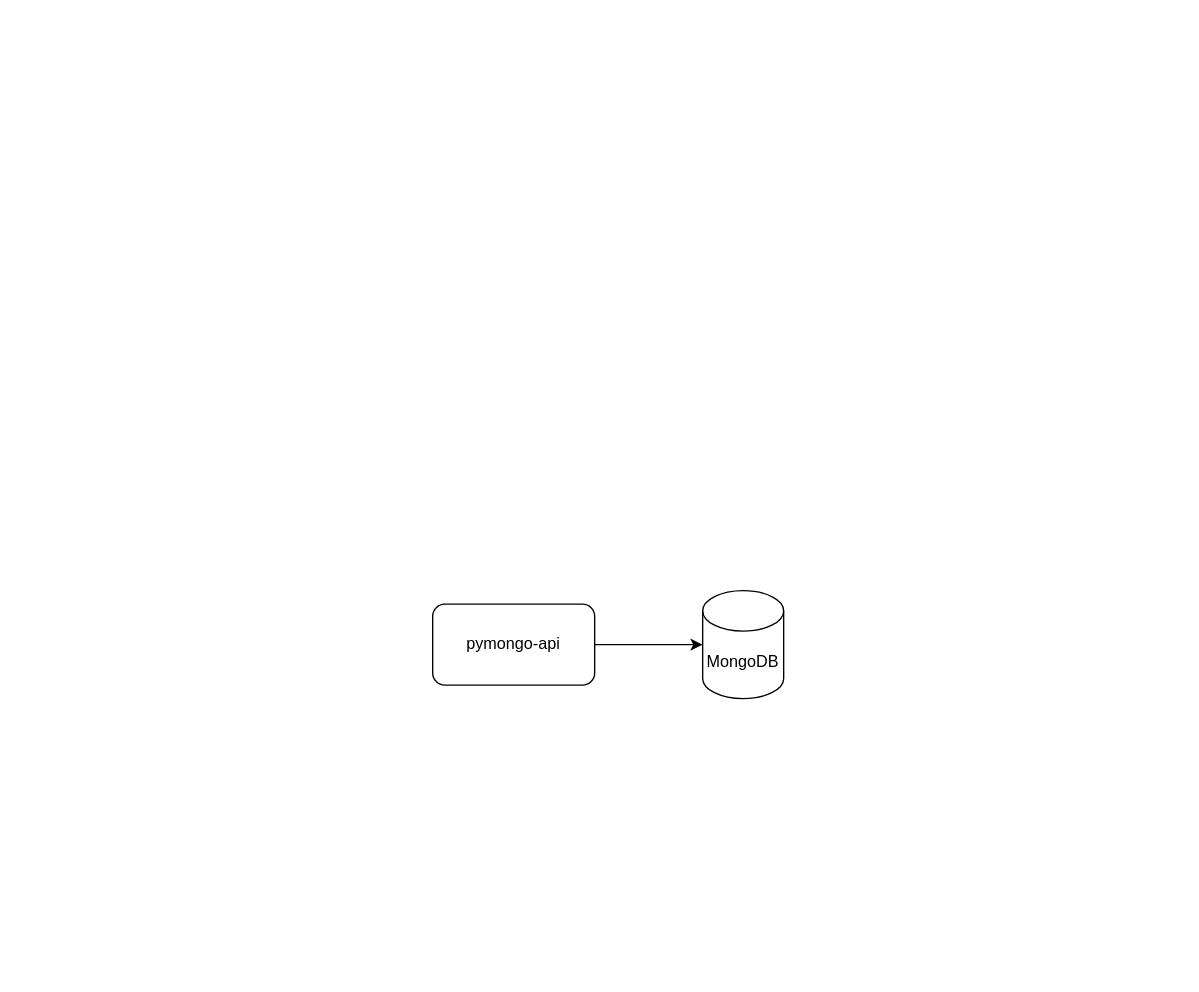
Before: task1.drawio in alexmented/architecture-pro-black_friday, a draw.io diagram. Source tidied: cells renumbered, new cells numbered last; positions are measured from the earlier drawing's top-left corner, leaving out a move shared by most shapes. Both pictures are drawn from the tidied source at 135%, with x=0, y=0 at pixel (432, 590).
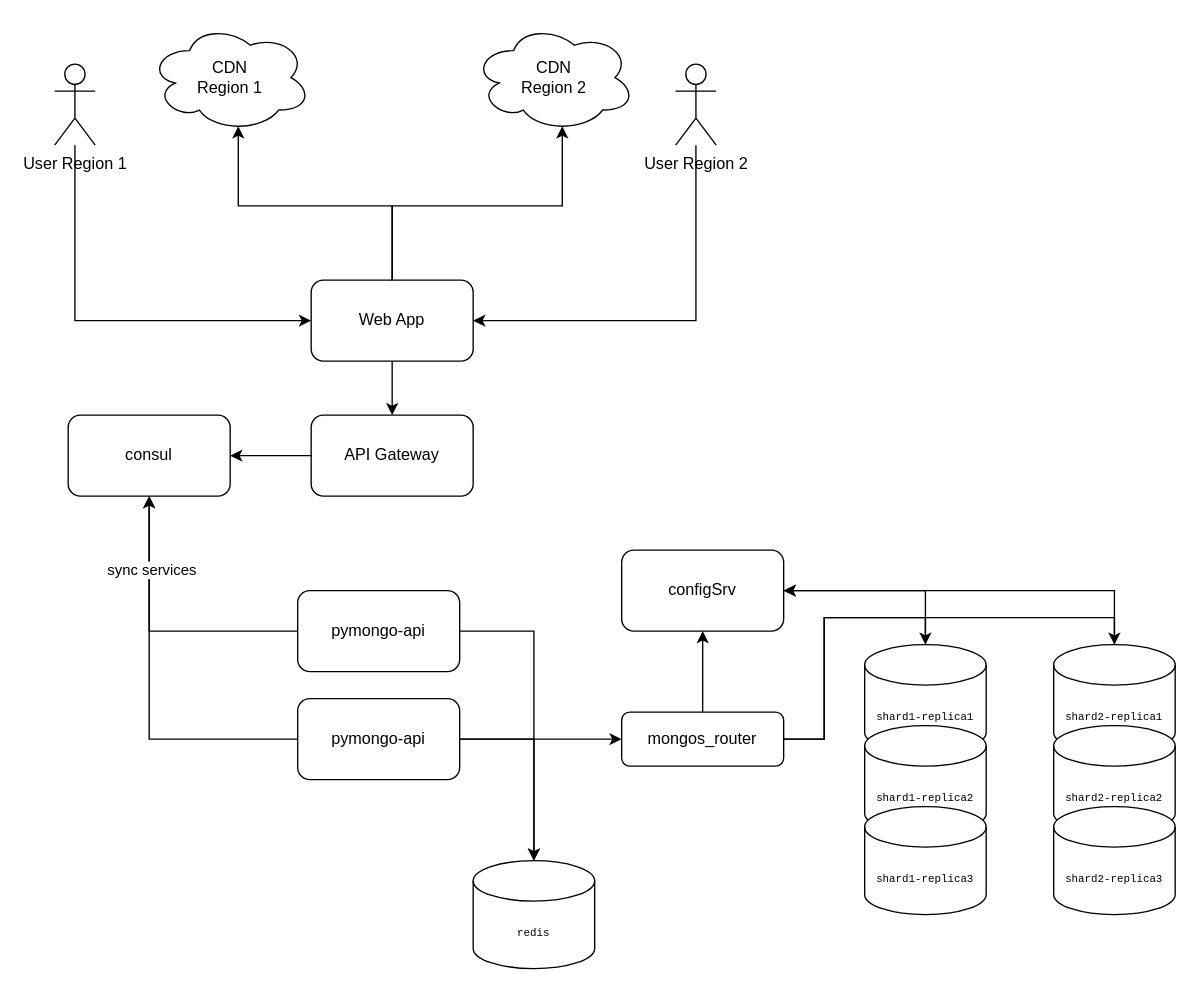
The same page after the edit.

Diff of the diagram source:
```diff
@@
+    <mxCell id="5" style="edgeStyle=orthogonalEdgeStyle;rounded=0;jettySize=auto;html=1;exitX=0.5;exitY=0;exitDx=0;exitDy=0;exitPerimeter=0;entryX=1;entryY=0.5;entryDx=0;entryDy=0;" parent="1" edge="1" source="2" target="20">
+      <mxGeometry relative="1" as="geometry" />
+    </mxCell>
-    <mxCell id="2" value="MongoDB" style="shape=cylinder3;whiteSpace=wrap;html=1;boundedLbl=1;backgroundOutline=1;size=15;" parent="1" vertex="1">
-      <mxGeometry x="200" width="60" height="80" as="geometry" />
+    <mxCell id="2" value="&lt;div&gt;&lt;pre style=&quot;font-family: &amp;quot;JetBrains Mono&amp;quot;, monospace;&quot;&gt;&lt;font style=&quot;color: rgb(0, 0, 0);&quot;&gt;shard1-replica1&lt;/font&gt;&lt;/pre&gt;&lt;/div&gt;" style="shape=cylinder3;whiteSpace=wrap;html=1;boundedLbl=1;backgroundOutline=1;size=15;fontSize=8;" parent="1" vertex="1">
+      <mxGeometry x="320" y="40" width="90" height="80" as="geometry" />
     </mxCell>
+    <mxCell id="6" style="edgeStyle=orthogonalEdgeStyle;rounded=0;jettySize=auto;html=1;exitX=0;exitY=0.5;exitDx=0;exitDy=0;entryX=0.5;entryY=1;entryDx=0;entryDy=0;" parent="1" edge="1" source="3" target="25">
+      <mxGeometry relative="1" as="geometry" />
+    </mxCell>
     <mxCell id="3" value="pymongo-api" style="rounded=1;whiteSpace=wrap;html=1;" parent="1" vertex="1">
-      <mxGeometry y="10" width="120" height="60" as="geometry" />
+      <mxGeometry x="-100" width="120" height="60" as="geometry" />
     </mxCell>
-    <mxCell id="4" style="edgeStyle=orthogonalEdgeStyle;rounded=0;jettySize=auto;html=1;exitX=1;exitY=0.5;exitDx=0;exitDy=0;entryX=0;entryY=0.5;entryDx=0;entryDy=0;entryPerimeter=0;" parent="1" edge="1" source="3" target="2">
-      <mxGeometry relative="1" as="geometry" />
-    </mxCell>
+    <mxCell id="7" style="edgeStyle=orthogonalEdgeStyle;rounded=0;jettySize=auto;html=1;exitX=1;exitY=0.5;exitDx=0;exitDy=0;" parent="1" edge="1" source="11" target="23">
+      <mxGeometry relative="1" as="geometry" />
+    </mxCell>
+    <mxCell id="8" style="edgeStyle=orthogonalEdgeStyle;rounded=0;jettySize=auto;html=1;entryX=0;entryY=0.5;entryDx=0;entryDy=0;" parent="1" edge="1" source="11" target="19">
+      <mxGeometry relative="1" as="geometry" />
+    </mxCell>
+    <mxCell id="9" style="edgeStyle=orthogonalEdgeStyle;rounded=0;jettySize=auto;html=1;entryX=0.5;entryY=1;entryDx=0;entryDy=0;" parent="1" edge="1" source="11" target="25">
+      <mxGeometry relative="1" as="geometry" />
+    </mxCell>
+    <mxCell id="10" value="sync services" style="edgeLabel;html=1;align=center;verticalAlign=middle;" parent="9" vertex="1">
+      <mxGeometry x="0.63" y="-1" relative="1" as="geometry" />
+    </mxCell>
+    <mxCell id="11" value="pymongo-api" style="rounded=1;whiteSpace=wrap;html=1;" parent="1" vertex="1">
+      <mxGeometry x="-100" y="80" width="120" height="60" as="geometry" />
+    </mxCell>
+    <mxCell id="12" value="&lt;div&gt;&lt;pre style=&quot;font-family: &amp;quot;JetBrains Mono&amp;quot;, monospace;&quot;&gt;&lt;font style=&quot;color: rgb(0, 0, 0);&quot;&gt;shard1-replica2&lt;/font&gt;&lt;/pre&gt;&lt;/div&gt;" style="shape=cylinder3;whiteSpace=wrap;html=1;boundedLbl=1;backgroundOutline=1;size=15;fontSize=8;" parent="1" vertex="1">
+      <mxGeometry x="320" y="100" width="90" height="80" as="geometry" />
+    </mxCell>
+    <mxCell id="13" value="&lt;div&gt;&lt;pre style=&quot;font-family: &amp;quot;JetBrains Mono&amp;quot;, monospace;&quot;&gt;&lt;font style=&quot;color: rgb(0, 0, 0);&quot;&gt;shard1-replica3&lt;/font&gt;&lt;/pre&gt;&lt;/div&gt;" style="shape=cylinder3;whiteSpace=wrap;html=1;boundedLbl=1;backgroundOutline=1;size=15;fontSize=8;" parent="1" vertex="1">
+      <mxGeometry x="320" y="160" width="90" height="80" as="geometry" />
+    </mxCell>
+    <mxCell id="14" style="edgeStyle=orthogonalEdgeStyle;rounded=0;jettySize=auto;html=1;exitX=0.5;exitY=0;exitDx=0;exitDy=0;exitPerimeter=0;entryX=1;entryY=0.5;entryDx=0;entryDy=0;" parent="1" edge="1" source="15" target="20">
+      <mxGeometry relative="1" as="geometry" />
+    </mxCell>
+    <mxCell id="15" value="&lt;div&gt;&lt;pre style=&quot;font-family: &amp;quot;JetBrains Mono&amp;quot;, monospace;&quot;&gt;&lt;font style=&quot;color: rgb(0, 0, 0);&quot;&gt;shard2-replica1&lt;/font&gt;&lt;/pre&gt;&lt;/div&gt;" style="shape=cylinder3;whiteSpace=wrap;html=1;boundedLbl=1;backgroundOutline=1;size=15;fontSize=8;" parent="1" vertex="1">
+      <mxGeometry x="460" y="40" width="90" height="80" as="geometry" />
+    </mxCell>
+    <mxCell id="16" value="&lt;div&gt;&lt;pre style=&quot;font-family: &amp;quot;JetBrains Mono&amp;quot;, monospace;&quot;&gt;&lt;font style=&quot;color: rgb(0, 0, 0);&quot;&gt;shard2-replica2&lt;/font&gt;&lt;/pre&gt;&lt;/div&gt;" style="shape=cylinder3;whiteSpace=wrap;html=1;boundedLbl=1;backgroundOutline=1;size=15;fontSize=8;" parent="1" vertex="1">
+      <mxGeometry x="460" y="100" width="90" height="80" as="geometry" />
+    </mxCell>
+    <mxCell id="17" value="&lt;div&gt;&lt;pre style=&quot;font-family: &amp;quot;JetBrains Mono&amp;quot;, monospace;&quot;&gt;&lt;font style=&quot;color: rgb(0, 0, 0);&quot;&gt;shard2-replica3&lt;/font&gt;&lt;/pre&gt;&lt;/div&gt;" style="shape=cylinder3;whiteSpace=wrap;html=1;boundedLbl=1;backgroundOutline=1;size=15;fontSize=8;" parent="1" vertex="1">
+      <mxGeometry x="460" y="160" width="90" height="80" as="geometry" />
+    </mxCell>
+    <mxCell id="18" style="edgeStyle=orthogonalEdgeStyle;rounded=0;jettySize=auto;html=1;entryX=0.5;entryY=1;entryDx=0;entryDy=0;" parent="1" edge="1" source="19" target="20">
+      <mxGeometry relative="1" as="geometry" />
+    </mxCell>
+    <mxCell id="19" value="mongos_router" style="rounded=1;whiteSpace=wrap;html=1;" parent="1" vertex="1">
+      <mxGeometry x="140" y="90" width="120" height="40" as="geometry" />
+    </mxCell>
+    <mxCell id="20" value="configSrv" style="rounded=1;whiteSpace=wrap;html=1;" parent="1" vertex="1">
+      <mxGeometry x="140" y="-30" width="120" height="60" as="geometry" />
+    </mxCell>
+    <mxCell id="21" style="edgeStyle=orthogonalEdgeStyle;rounded=0;jettySize=auto;html=1;entryX=0.5;entryY=0;entryDx=0;entryDy=0;entryPerimeter=0;" parent="1" edge="1" source="19" target="2">
+      <mxGeometry relative="1" as="geometry" />
+    </mxCell>
+    <mxCell id="22" style="edgeStyle=orthogonalEdgeStyle;rounded=0;jettySize=auto;html=1;entryX=0.5;entryY=0;entryDx=0;entryDy=0;entryPerimeter=0;" parent="1" edge="1" source="19" target="15">
+      <mxGeometry relative="1" as="geometry">
+        <Array as="points">
+          <mxPoint x="290" y="110" />
+          <mxPoint x="290" y="20" />
+          <mxPoint x="505" y="20" />
+        </Array>
+      </mxGeometry>
+    </mxCell>
+    <mxCell id="23" value="&lt;div&gt;&lt;pre style=&quot;font-family: &amp;quot;JetBrains Mono&amp;quot;, monospace;&quot;&gt;&lt;font style=&quot;color: rgb(0, 0, 0);&quot;&gt;redis&lt;/font&gt;&lt;/pre&gt;&lt;/div&gt;" style="shape=cylinder3;whiteSpace=wrap;html=1;boundedLbl=1;backgroundOutline=1;size=15;fontSize=8;" parent="1" vertex="1">
+      <mxGeometry x="30" y="200" width="90" height="80" as="geometry" />
+    </mxCell>
+    <mxCell id="24" style="edgeStyle=orthogonalEdgeStyle;rounded=0;jettySize=auto;html=1;exitX=1;exitY=0.5;exitDx=0;exitDy=0;entryX=0.5;entryY=0;entryDx=0;entryDy=0;entryPerimeter=0;" parent="1" edge="1" source="3" target="23">
+      <mxGeometry relative="1" as="geometry" />
+    </mxCell>
+    <mxCell id="25" value="consul" style="rounded=1;whiteSpace=wrap;html=1;" parent="1" vertex="1">
+      <mxGeometry x="-270" y="-130" width="120" height="60" as="geometry" />
+    </mxCell>
+    <mxCell id="26" style="edgeStyle=orthogonalEdgeStyle;rounded=0;jettySize=auto;html=1;exitX=0;exitY=0.5;exitDx=0;exitDy=0;entryX=1;entryY=0.5;entryDx=0;entryDy=0;" parent="1" edge="1" source="27" target="25">
+      <mxGeometry relative="1" as="geometry" />
+    </mxCell>
+    <mxCell id="27" value="API Gateway" style="rounded=1;whiteSpace=wrap;html=1;" parent="1" vertex="1">
+      <mxGeometry x="-90" y="-130" width="120" height="60" as="geometry" />
+    </mxCell>
+    <mxCell id="28" value="CDN&lt;br&gt;Region 1" style="ellipse;shape=cloud;whiteSpace=wrap;html=1;" parent="1" vertex="1">
+      <mxGeometry x="-210" y="-420" width="120" height="80" as="geometry" />
+    </mxCell>
+    <mxCell id="29" value="CDN&lt;div&gt;Region 2&lt;/div&gt;" style="ellipse;shape=cloud;whiteSpace=wrap;html=1;" parent="1" vertex="1">
+      <mxGeometry x="30" y="-420" width="120" height="80" as="geometry" />
+    </mxCell>
+    <mxCell id="30" style="edgeStyle=orthogonalEdgeStyle;rounded=0;jettySize=auto;html=1;exitX=0.5;exitY=1;exitDx=0;exitDy=0;entryX=0.5;entryY=0;entryDx=0;entryDy=0;" parent="1" edge="1" source="31" target="27">
+      <mxGeometry relative="1" as="geometry" />
+    </mxCell>
+    <mxCell id="31" value="Web App" style="rounded=1;whiteSpace=wrap;html=1;" parent="1" vertex="1">
+      <mxGeometry x="-90" y="-230" width="120" height="60" as="geometry" />
+    </mxCell>
+    <mxCell id="32" style="edgeStyle=orthogonalEdgeStyle;rounded=0;jettySize=auto;html=1;entryX=0;entryY=0.5;entryDx=0;entryDy=0;" parent="1" edge="1" source="33" target="31">
+      <mxGeometry relative="1" as="geometry">
+        <Array as="points">
+          <mxPoint x="-265" y="-200" />
+        </Array>
+      </mxGeometry>
+    </mxCell>
+    <mxCell id="33" value="User Region 1" style="shape=umlActor;verticalLabelPosition=bottom;verticalAlign=top;html=1;outlineConnect=0;" parent="1" vertex="1">
+      <mxGeometry x="-280" y="-390" width="30" height="60" as="geometry" />
+    </mxCell>
+    <mxCell id="34" style="edgeStyle=orthogonalEdgeStyle;rounded=0;jettySize=auto;html=1;entryX=1;entryY=0.5;entryDx=0;entryDy=0;" parent="1" edge="1" source="35" target="31">
+      <mxGeometry relative="1" as="geometry">
+        <Array as="points">
+          <mxPoint x="195" y="-200" />
+        </Array>
+      </mxGeometry>
+    </mxCell>
+    <mxCell id="35" value="User Region 2" style="shape=umlActor;verticalLabelPosition=bottom;verticalAlign=top;html=1;outlineConnect=0;" parent="1" vertex="1">
+      <mxGeometry x="180" y="-390" width="30" height="60" as="geometry" />
+    </mxCell>
+    <mxCell id="36" style="edgeStyle=orthogonalEdgeStyle;rounded=0;jettySize=auto;html=1;exitX=0.5;exitY=0;exitDx=0;exitDy=0;entryX=0.55;entryY=0.95;entryDx=0;entryDy=0;entryPerimeter=0;" parent="1" edge="1" source="31" target="28">
+      <mxGeometry relative="1" as="geometry" />
+    </mxCell>
+    <mxCell id="37" style="edgeStyle=orthogonalEdgeStyle;rounded=0;jettySize=auto;html=1;entryX=0.55;entryY=0.95;entryDx=0;entryDy=0;entryPerimeter=0;" parent="1" edge="1" source="31" target="29">
+      <mxGeometry relative="1" as="geometry" />
+    </mxCell>
```
